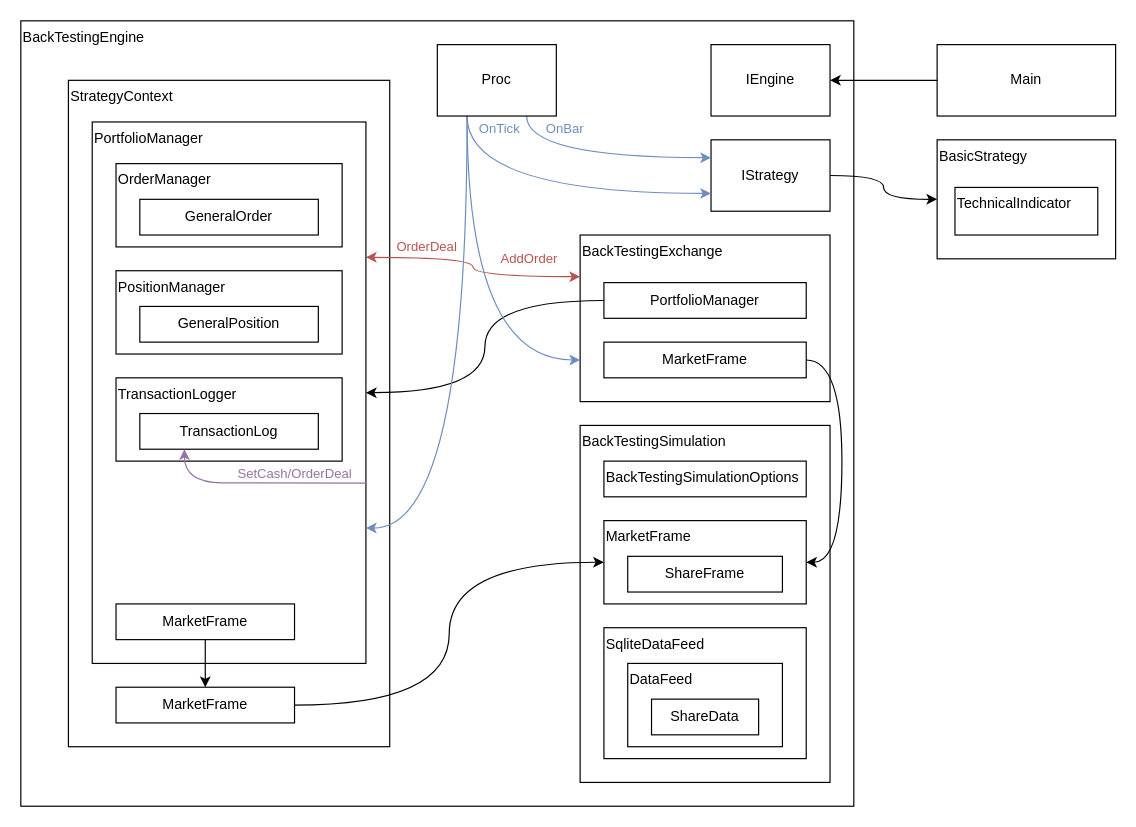
Above: CarrotBacktesting.Net/CarrotBacktesting.Net.Diagram.drawio in CRThu/CarrotQuant.Net (draw.io), before the change. Source tidied: cells renumbered, new cells numbered last; positions are measured from the earlier drawing's top-left corner, leaving out a move shared by most shapes. Both pictures are drawn from the tidied source at 119%, with x=0, y=0 at pixel (20, 20).
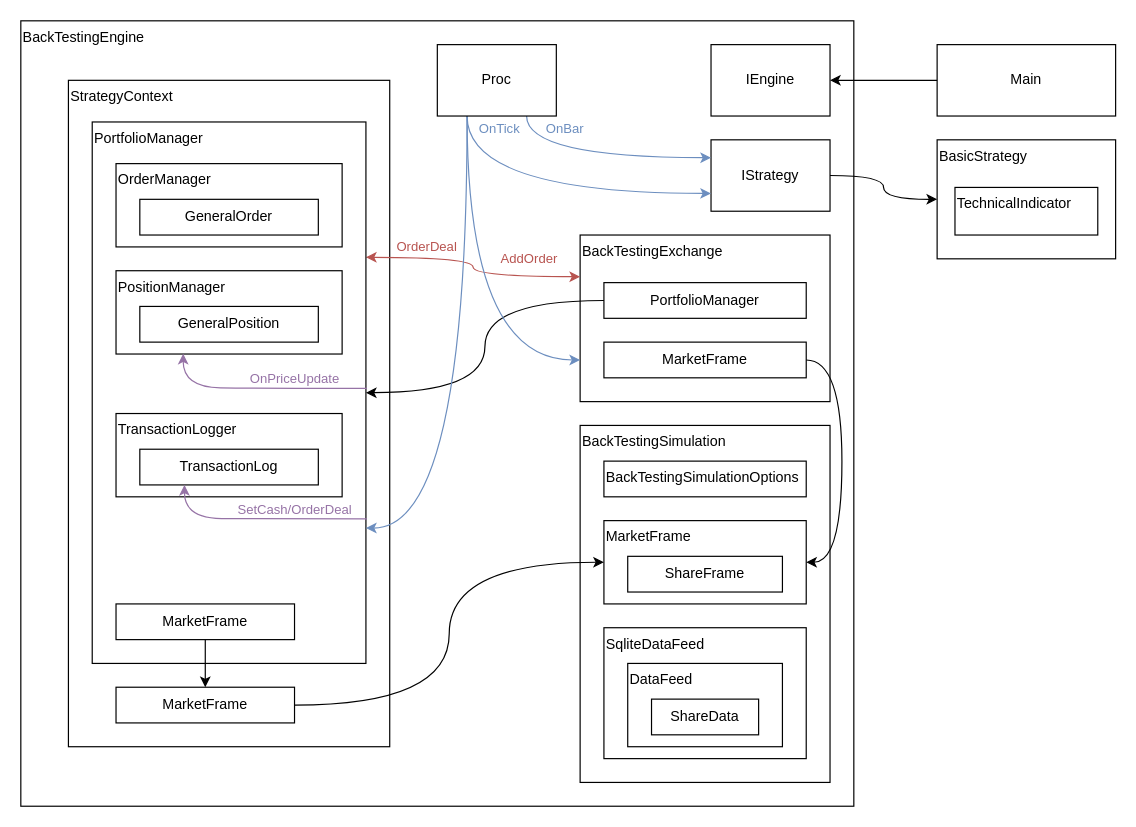
The same page after the edit.

The change refers to these unchanged cells:
```xml
<mxCell id="13" value="PortfolioManager" style="rounded=0;whiteSpace=wrap;html=1;fillColor=none;align=left;verticalAlign=top;" parent="1" vertex="1">
  <mxGeometry x="60" y="85" width="230" height="455" as="geometry" />
</mxCell>
<mxCell id="19" value="PositionManager" style="rounded=0;whiteSpace=wrap;html=1;fillColor=none;align=left;verticalAlign=top;" parent="1" vertex="1">
  <mxGeometry x="80" y="210" width="190" height="70" as="geometry" />
</mxCell>
```

What changed in the source:
```diff
@@
     <mxCell id="20" value="TransactionLogger" style="rounded=0;whiteSpace=wrap;html=1;fillColor=none;align=left;verticalAlign=top;" parent="1" vertex="1">
-      <mxGeometry x="80" y="300" width="190" height="70" as="geometry" />
+      <mxGeometry x="80" y="330" width="190" height="70" as="geometry" />
     </mxCell>
@@
     <mxCell id="23" value="TransactionLog" style="rounded=0;whiteSpace=wrap;html=1;fillColor=none;align=center;verticalAlign=middle;" parent="1" vertex="1">
-      <mxGeometry x="100" y="330" width="150" height="30" as="geometry" />
+      <mxGeometry x="100" y="360" width="150" height="30" as="geometry" />
     </mxCell>
@@
-    <mxCell id="38" style="edgeStyle=orthogonalEdgeStyle;curved=1;rounded=0;jettySize=auto;html=1;exitX=1.004;exitY=0.667;exitDx=0;exitDy=0;entryX=0.25;entryY=1;entryDx=0;entryDy=0;fontColor=#CCCC00;elbow=vertical;exitPerimeter=0;fillColor=#e1d5e7;strokeColor=#9673A6;" parent="1" edge="1" source="13" target="23">
+    <mxCell id="38" style="edgeStyle=orthogonalEdgeStyle;curved=1;rounded=0;jettySize=auto;html=1;exitX=1.004;exitY=0.667;exitDx=0;exitDy=0;entryX=0.25;entryY=1;entryDx=0;entryDy=0;fontColor=#CCCC00;elbow=vertical;exitPerimeter=0;fillColor=#e1d5e7;strokeColor=#9673A6;" parent="1" edge="1" target="23">
       <mxGeometry relative="1" as="geometry">
+        <mxPoint x="290.9" y="418.5" as="sourcePoint" />
         <Array as="points">
-          <mxPoint x="200" y="389" />
-          <mxPoint x="138" y="388" />
+          <mxPoint x="200" y="419" />
+          <mxPoint x="138" y="418" />
         </Array>
       </mxGeometry>
     </mxCell>
@@
+    <mxCell id="46" style="edgeStyle=orthogonalEdgeStyle;curved=1;rounded=0;jettySize=auto;html=1;exitX=1.004;exitY=0.492;exitDx=0;exitDy=0;entryX=0.297;entryY=0.996;entryDx=0;entryDy=0;fontColor=#CCCC00;elbow=vertical;exitPerimeter=0;fillColor=#e1d5e7;strokeColor=#9673A6;entryPerimeter=0;" parent="1" edge="1" source="13" target="19">
+      <mxGeometry relative="1" as="geometry">
+        <Array as="points">
+          <mxPoint x="199" y="309" />
+          <mxPoint x="136" y="308" />
+        </Array>
+      </mxGeometry>
+    </mxCell>
+    <mxCell id="47" value="OnPriceUpdate" style="edgeLabel;html=1;align=center;verticalAlign=middle;fontColor=#9673A6;labelBackgroundColor=none;" parent="46" vertex="1">
+      <mxGeometry x="0.27" y="-9" relative="1" as="geometry">
+        <mxPoint x="54" y="1" as="offset" />
+      </mxGeometry>
+    </mxCell>
```
